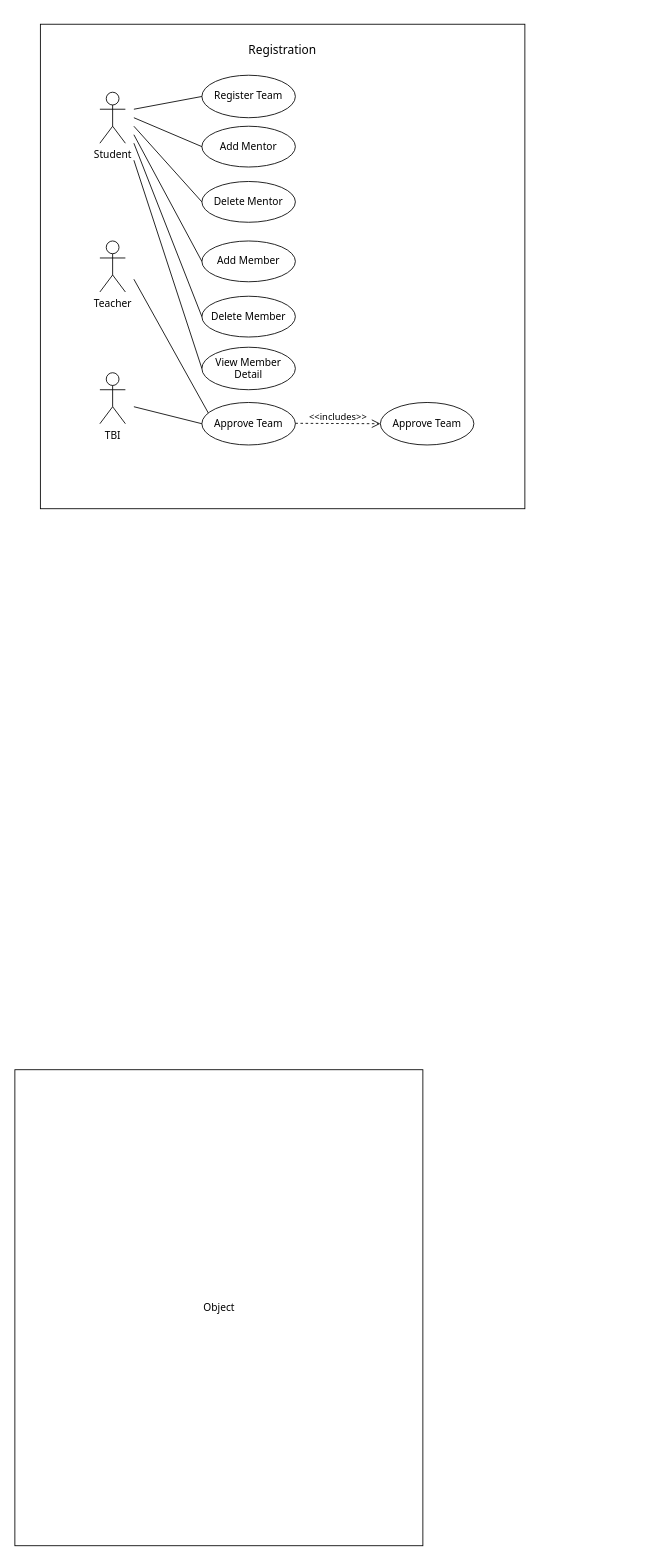
Before: Untitled Diagram.drawio in Mintot/Data-Mining, a draw.io diagram. Source tidied: cells renumbered, new cells numbered last; positions are measured from the earlier drawing's top-left corner, leaving out a move shared by most shapes. Both pictures are drawn from the tidied source at 85%, with x=0, y=0 at pixel (14, 24).
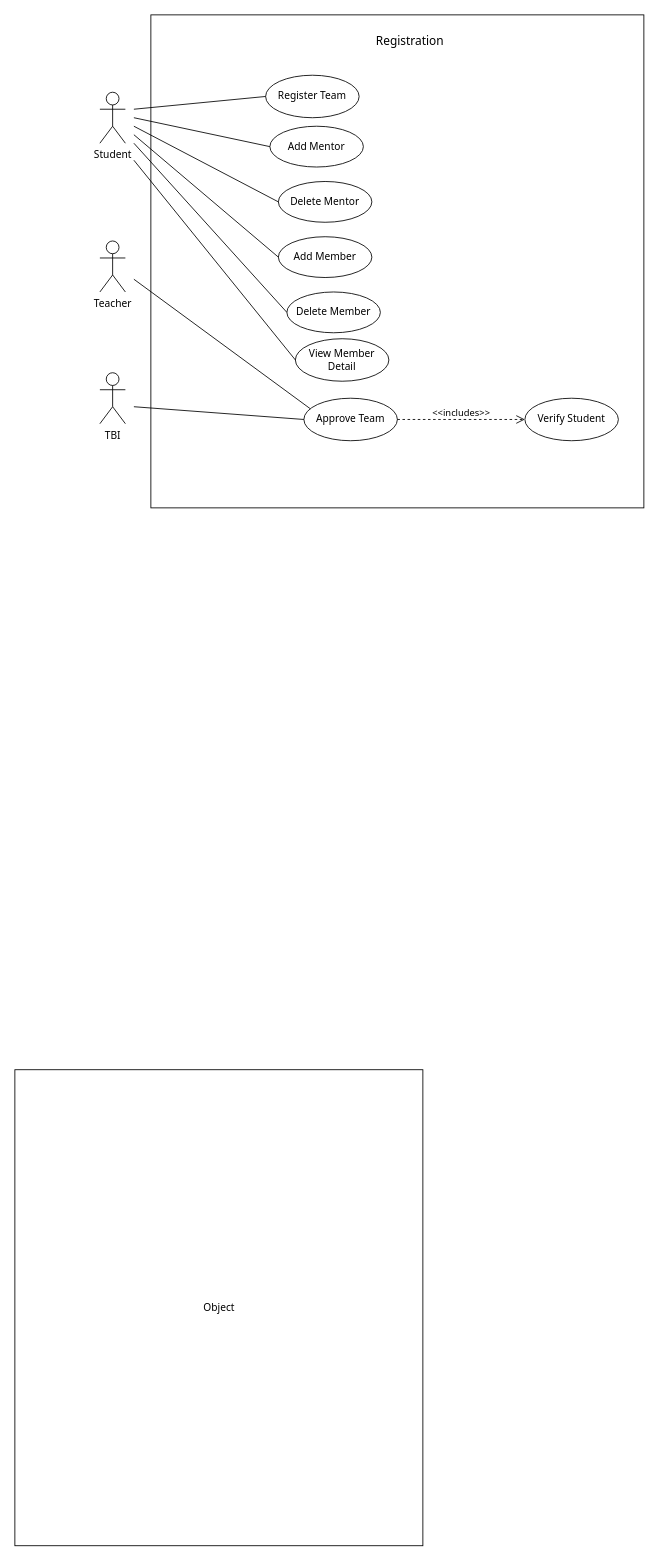
After the change.

What changed in the source:
```diff
@@
     <mxCell id="2" style="whiteSpace=wrap;html=1;fontFamily=Tahoma;" parent="1" vertex="1">
-      <mxGeometry x="30" width="570" height="570" as="geometry" />
+      <mxGeometry x="160" y="-11" width="580" height="580" as="geometry" />
     </mxCell>
@@
     <mxCell id="5" value="Register Team" style="ellipse;whiteSpace=wrap;html=1;fontFamily=Tahoma;" parent="1" vertex="1">
-      <mxGeometry x="220" y="60" width="110" height="50" as="geometry" />
+      <mxGeometry x="295" y="60" width="110" height="50" as="geometry" />
     </mxCell>
     <mxCell id="6" value="Add Mentor" style="ellipse;whiteSpace=wrap;html=1;fontFamily=Tahoma;" parent="1" vertex="1">
-      <mxGeometry x="220" y="120" width="110" height="48" as="geometry" />
+      <mxGeometry x="300" y="120" width="110" height="48" as="geometry" />
     </mxCell>
     <mxCell id="7" value="Delete Mentor" style="ellipse;whiteSpace=wrap;html=1;fontFamily=Tahoma;" parent="1" vertex="1">
-      <mxGeometry x="220" y="185" width="110" height="48" as="geometry" />
+      <mxGeometry x="310" y="185" width="110" height="48" as="geometry" />
     </mxCell>
     <mxCell id="8" value="Add Member" style="ellipse;whiteSpace=wrap;html=1;fontFamily=Tahoma;" parent="1" vertex="1">
-      <mxGeometry x="220" y="255" width="110" height="48" as="geometry" />
+      <mxGeometry x="310" y="250" width="110" height="48" as="geometry" />
     </mxCell>
     <mxCell id="9" value="Delete Member" style="ellipse;whiteSpace=wrap;html=1;fontFamily=Tahoma;" parent="1" vertex="1">
-      <mxGeometry x="220" y="320" width="110" height="48" as="geometry" />
+      <mxGeometry x="320" y="315" width="110" height="48" as="geometry" />
     </mxCell>
     <mxCell id="10" value="View Member Detail" style="ellipse;whiteSpace=wrap;html=1;fontFamily=Tahoma;" parent="1" vertex="1">
-      <mxGeometry x="220" y="380" width="110" height="50" as="geometry" />
+      <mxGeometry x="330" y="370" width="110" height="50" as="geometry" />
     </mxCell>
     <mxCell id="11" value="Approve Team" style="ellipse;whiteSpace=wrap;html=1;fontFamily=Tahoma;" parent="1" vertex="1">
-      <mxGeometry x="220" y="445" width="110" height="50" as="geometry" />
+      <mxGeometry x="340" y="440" width="110" height="50" as="geometry" />
     </mxCell>
@@
     <mxCell id="14" value="&amp;lt;&amp;lt;includes&amp;gt;&amp;gt;" style="html=1;verticalAlign=bottom;endArrow=open;dashed=1;endSize=8;fontFamily=Tahoma;entryX=0;entryY=0.5;entryDx=0;entryDy=0;" parent="1" edge="1" target="15">
       <mxGeometry relative="1" as="geometry">
-        <mxPoint x="330" y="469.5" as="sourcePoint" />
+        <mxPoint x="450" y="465" as="sourcePoint" />
       </mxGeometry>
     </mxCell>
-    <mxCell id="15" value="Approve Team" style="ellipse;whiteSpace=wrap;html=1;fontFamily=Tahoma;" parent="1" vertex="1">
-      <mxGeometry x="430" y="445" width="110" height="50" as="geometry" />
+    <mxCell id="15" value="Verify Student" style="ellipse;whiteSpace=wrap;html=1;fontFamily=Tahoma;" parent="1" vertex="1">
+      <mxGeometry x="600" y="440" width="110" height="50" as="geometry" />
     </mxCell>
@@
     <mxCell id="24" value="Registration" style="text;html=1;strokeColor=none;fillColor=none;align=center;verticalAlign=middle;whiteSpace=wrap;rounded=0;fontFamily=Tahoma;fontSize=14;" parent="1" vertex="1">
-      <mxGeometry x="255" y="20" width="120" height="20" as="geometry" />
+      <mxGeometry x="405" y="10" width="120" height="20" as="geometry" />
     </mxCell>
```
